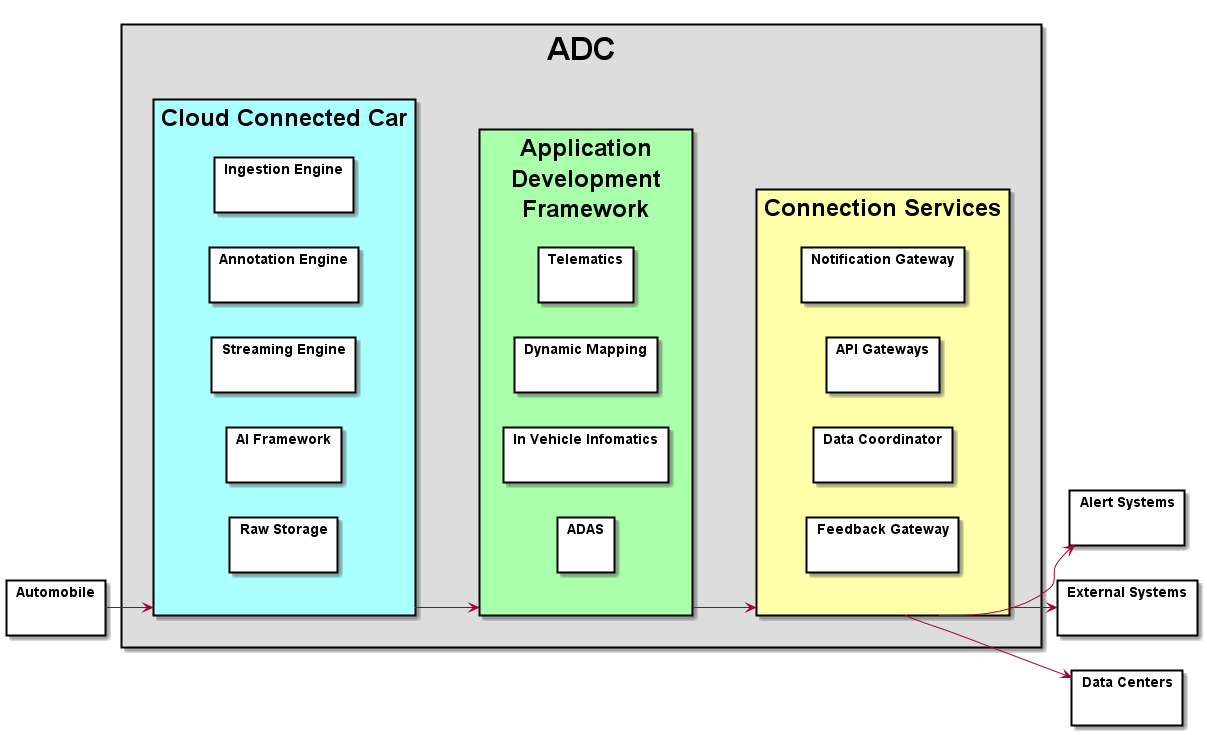
This is docs/Architecture.png from CAADE/ADC, a PlantUML export, as it was before one commit.
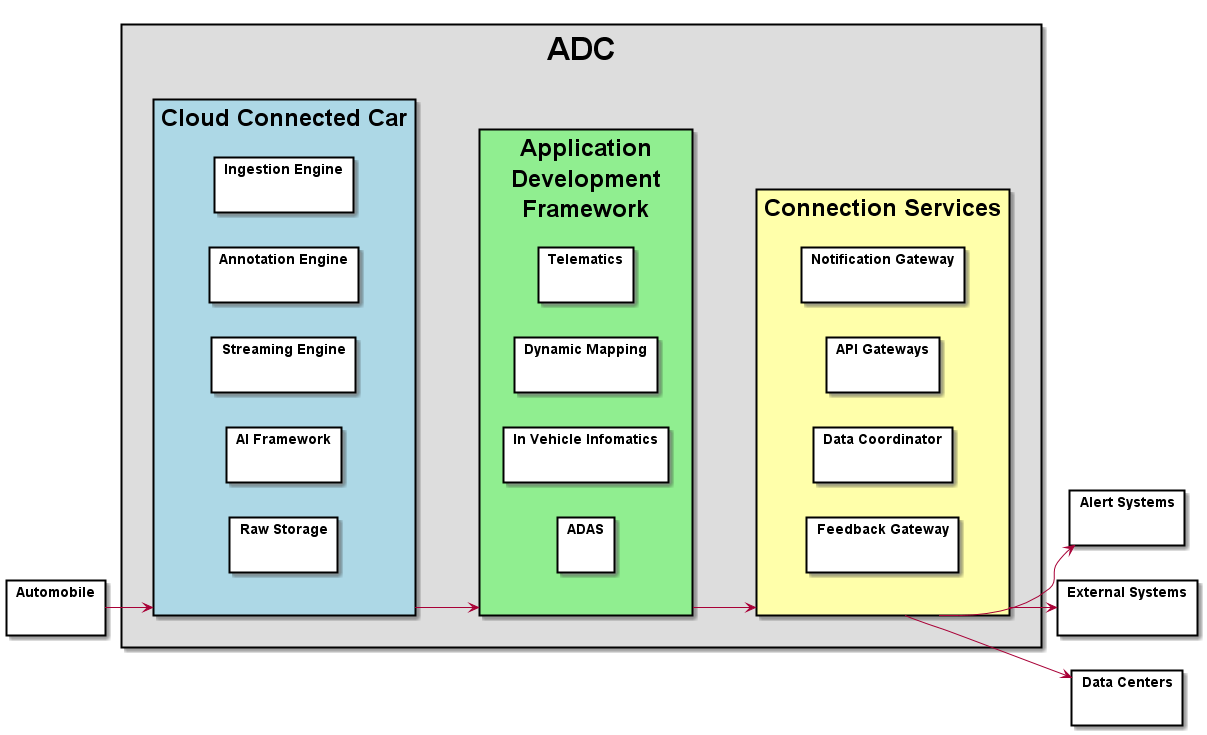
Above is the later version.

Change to the diagram source:
```diff
@@ -4,7 +4,7 @@
 
 top to bottom direction
 package <size:32>ADC</size>  #dddddd {
-    package "<size:24>Cloud Connected Car</size>" as CCC #aaffff {
+    package "<size:24>Cloud Connected Car</size>" as CCC #lightblue {
       package "Ingestion Engine" {
       }
       package "Annotation Engine" {
@@ -17,7 +17,7 @@
       }
     }
 
-    package "<size:24>Application</size>\n<size:24>Development</size>\n<size:24>Framework</size>" as ADF #aaffaa {
+    package "<size:24>Application</size>\n<size:24>Development</size>\n<size:24>Framework</size>" as ADF #lightgreen {
       package "Telematics" {}
       package "Dynamic Mapping" {}
       package "In Vehicle Infomatics" {}
```
